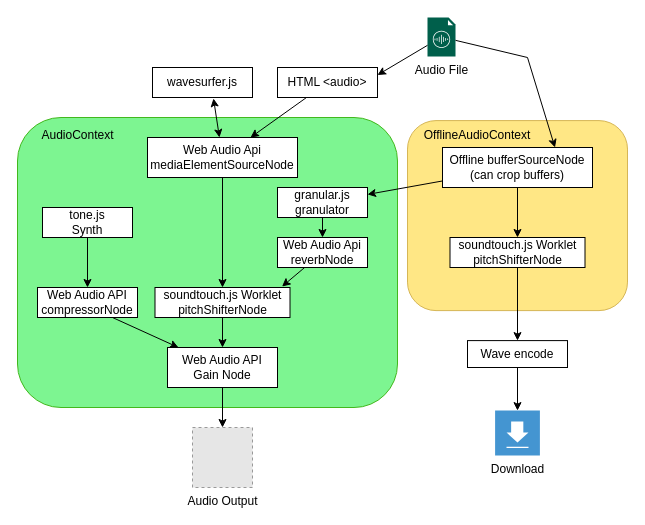
This is Untitled Diagram.drawio from Mauro7b5/EarAid, a draw.io file, before an edit. Source tidied: cells renumbered, new cells numbered last; positions are measured from the earlier drawing's top-left corner, leaving out a move shared by most shapes. Both pictures are drawn from the tidied source at 100%, with x=0, y=0 at pixel (17, 17). Pictures stored in the file or linked from it are replaced by grey dashed boxes.
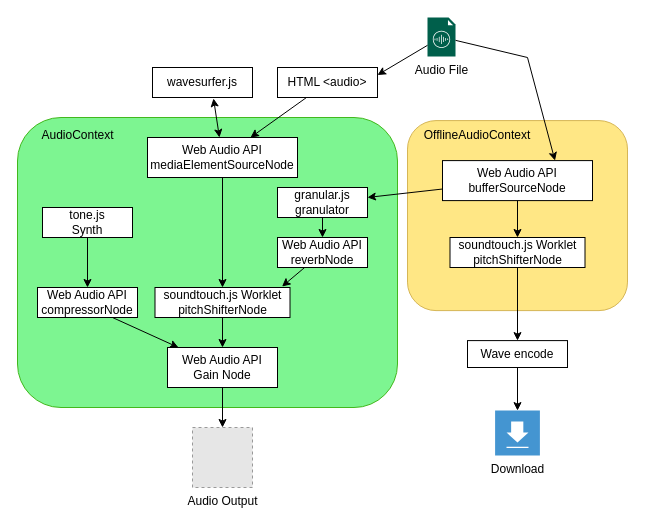
The same diagram, later.

Change to the diagram source:
```diff
@@
-    <mxCell id="15" value="Web Audio Api&lt;div&gt;reverbNode&lt;/div&gt;" style="rounded=0;whiteSpace=wrap;html=1;" parent="1" vertex="1">
+    <mxCell id="15" value="Web Audio API&lt;div&gt;reverbNode&lt;/div&gt;" style="rounded=0;whiteSpace=wrap;html=1;" parent="1" vertex="1">
       <mxGeometry x="260" y="220" width="90" height="30" as="geometry" />
     </mxCell>
@@
-    <mxCell id="21" value="Offline bufferSourceNode&lt;div&gt;(can crop buffers)&lt;/div&gt;" style="rounded=0;whiteSpace=wrap;html=1;" parent="1" vertex="1">
-      <mxGeometry x="425" y="130" width="150" height="40" as="geometry" />
+    <mxCell id="21" value="&lt;div&gt;Web Audio API&lt;/div&gt;&lt;div&gt;bufferSourceNode&lt;/div&gt;" style="rounded=0;whiteSpace=wrap;html=1;" parent="1" vertex="1">
+      <mxGeometry x="425" y="143.1" width="150" height="40" as="geometry" />
     </mxCell>
-    <mxCell id="22" value="Web Audio Api&lt;div&gt;mediaElementSourceNode&lt;/div&gt;" style="rounded=0;whiteSpace=wrap;html=1;" parent="1" vertex="1">
+    <mxCell id="22" value="Web Audio API&lt;div&gt;mediaElementSourceNode&lt;/div&gt;" style="rounded=0;whiteSpace=wrap;html=1;" parent="1" vertex="1">
       <mxGeometry x="130" y="120" width="150" height="40" as="geometry" />
     </mxCell>
```
